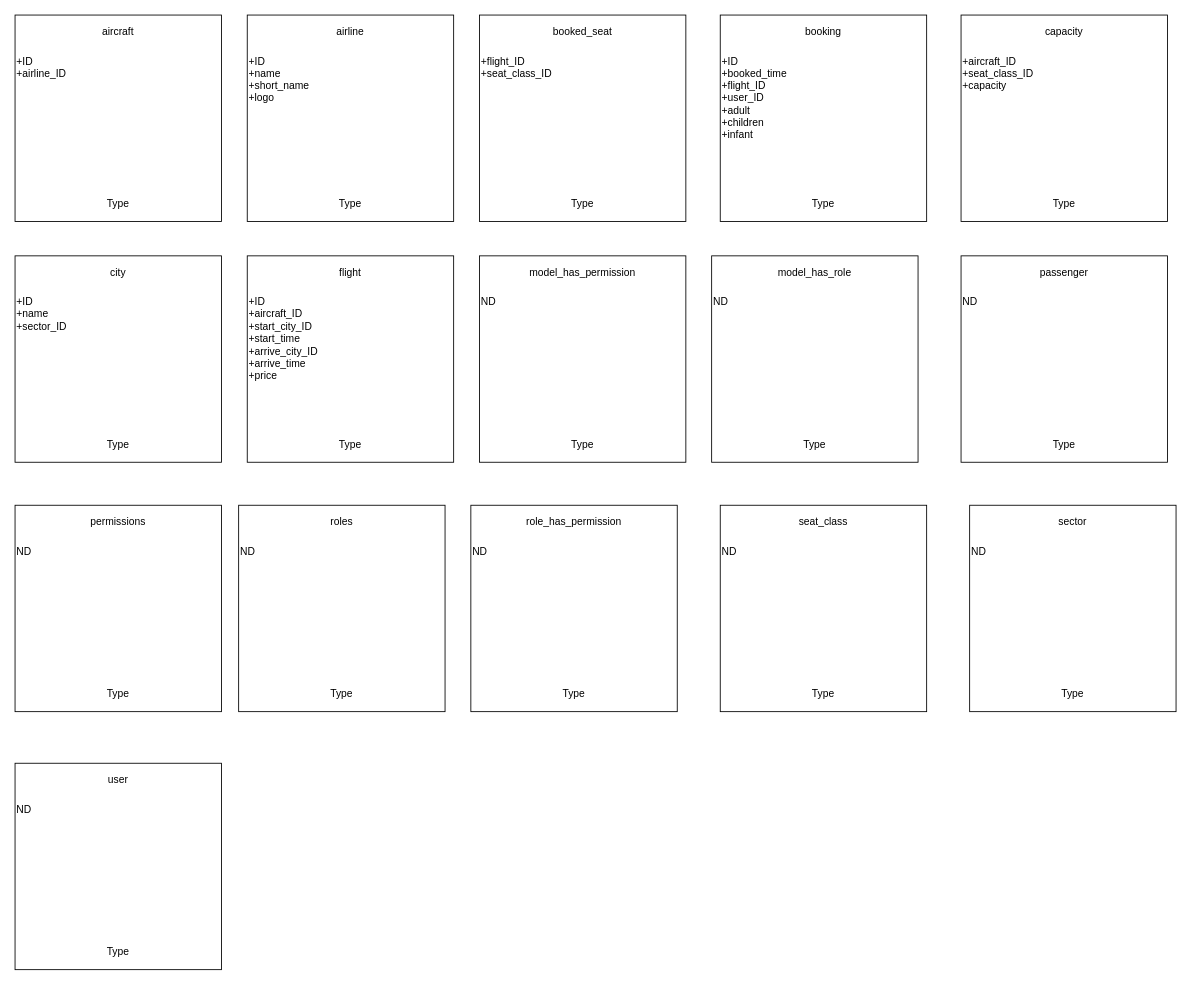
Earlier version of the draw.io diagram Untitled Diagram.drawio (trungkien4723/datvemaybay). Source tidied: cells renumbered, new cells numbered last; positions are measured from the earlier drawing's top-left corner, leaving out a move shared by most shapes. Both pictures are drawn from the tidied source at 86%, with x=0, y=0 at pixel (15, 15).
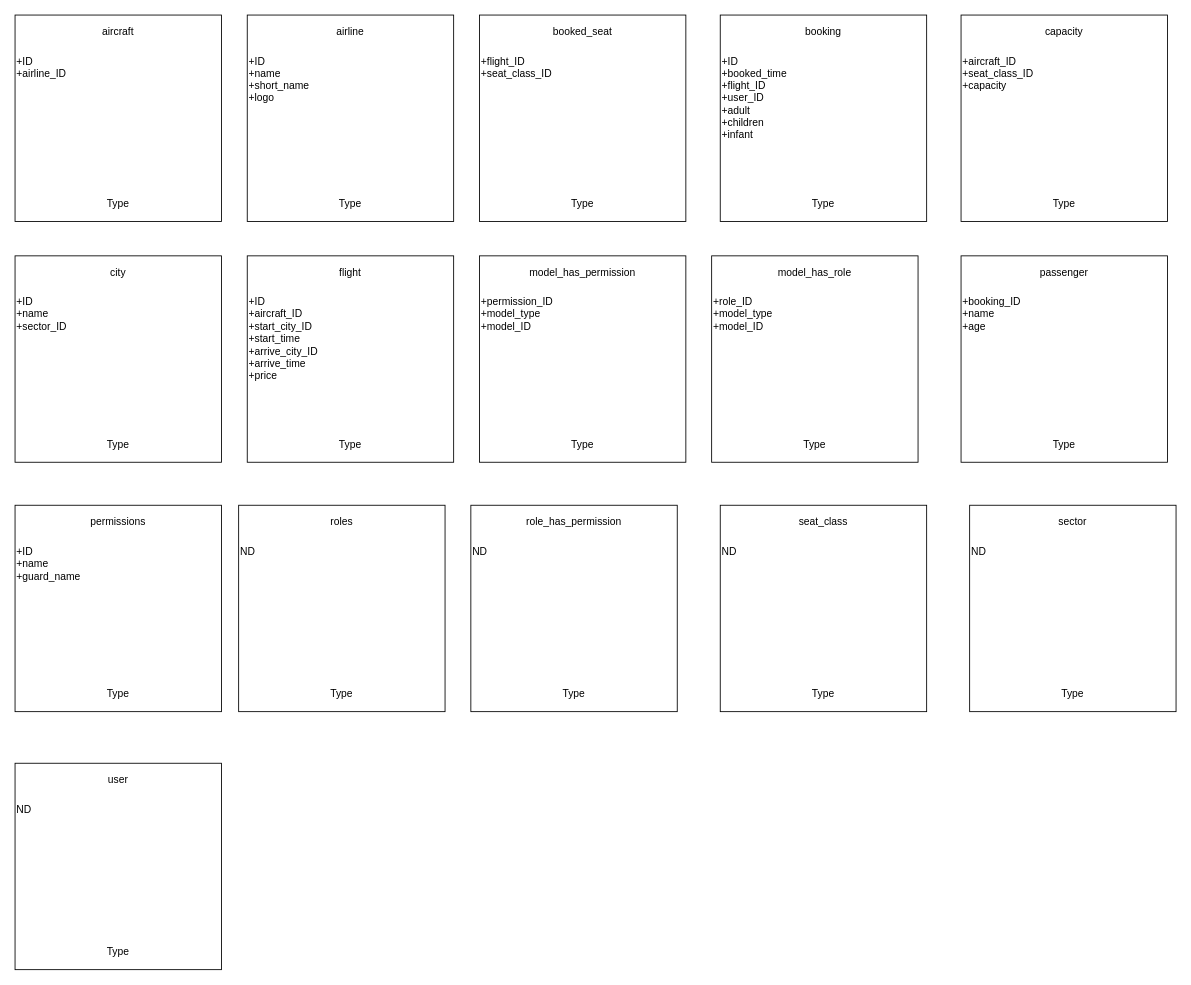
After the change.

Diff of the diagram source:
```diff
@@
-    <mxCell id="12" value="ND" style="text;html=1;strokeColor=none;fillColor=none;align=left;verticalAlign=top;whiteSpace=wrap;rounded=0;" parent="1" vertex="1">
+    <mxCell id="12" value="&lt;div&gt;+role_ID&lt;/div&gt;&lt;div&gt;+model_type&lt;/div&gt;&lt;div&gt;+model_ID&lt;br&gt;&lt;/div&gt;" style="text;html=1;strokeColor=none;fillColor=none;align=left;verticalAlign=top;whiteSpace=wrap;rounded=0;" parent="1" vertex="1">
       <mxGeometry x="810" y="320" width="240" height="160" as="geometry" />
     </mxCell>
@@
-    <mxCell id="36" value="ND" style="text;html=1;strokeColor=none;fillColor=none;align=left;verticalAlign=top;whiteSpace=wrap;rounded=0;" parent="1" vertex="1">
+    <mxCell id="36" value="&lt;div&gt;+permission_ID&lt;/div&gt;&lt;div&gt;+model_type&lt;/div&gt;&lt;div&gt;+model_ID&lt;br&gt;&lt;/div&gt;" style="text;html=1;strokeColor=none;fillColor=none;align=left;verticalAlign=top;whiteSpace=wrap;rounded=0;" parent="1" vertex="1">
       <mxGeometry x="540" y="320" width="240" height="160" as="geometry" />
     </mxCell>
@@
-    <mxCell id="40" value="ND" style="text;html=1;strokeColor=none;fillColor=none;align=left;verticalAlign=top;whiteSpace=wrap;rounded=0;" parent="1" vertex="1">
+    <mxCell id="40" value="&lt;div&gt;+booking_ID&lt;/div&gt;&lt;div&gt;+name&lt;/div&gt;&lt;div&gt;+age&lt;/div&gt;" style="text;html=1;strokeColor=none;fillColor=none;align=left;verticalAlign=top;whiteSpace=wrap;rounded=0;" parent="1" vertex="1">
       <mxGeometry x="1100" y="320" width="240" height="160" as="geometry" />
     </mxCell>
@@
-    <mxCell id="44" value="ND" style="text;html=1;strokeColor=none;fillColor=none;align=left;verticalAlign=top;whiteSpace=wrap;rounded=0;" parent="1" vertex="1">
+    <mxCell id="44" value="&lt;div&gt;+ID&lt;/div&gt;&lt;div&gt;+name&lt;/div&gt;&lt;div&gt;+guard_name&lt;/div&gt;" style="text;html=1;strokeColor=none;fillColor=none;align=left;verticalAlign=top;whiteSpace=wrap;rounded=0;" parent="1" vertex="1">
       <mxGeometry y="610" width="240" height="160" as="geometry" />
     </mxCell>
```
